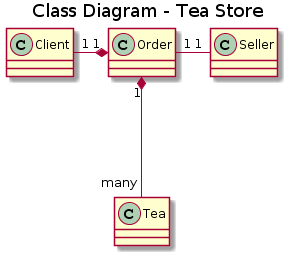
Above: uml/class-diagram-models-onlytea.png in TomazMartins/tea-store (PlantUML), before the change. Its diagram source:
```plantuml
@startuml
title Class Diagram - Tea Store


class Tea

class Order
class Client
class Seller

Order "1" *--- "many" Tea
Order "1" *---left-- "1"    Client
Order "1" --right-- "1"    Seller
@enduml
```
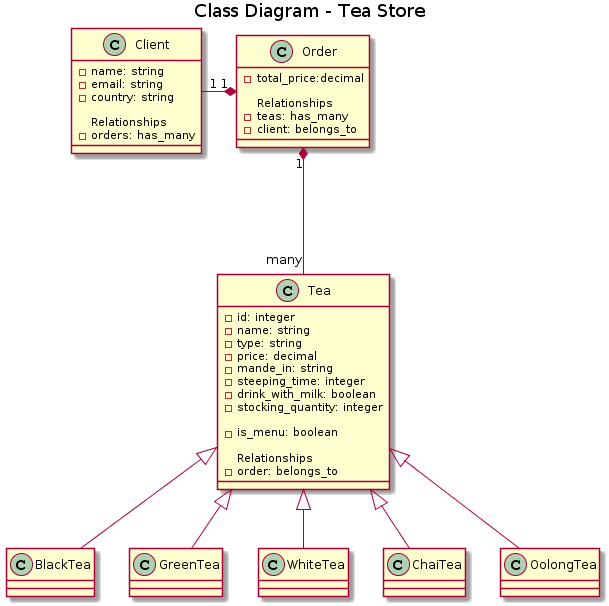
The same file after the commit.

Diff of the diagram source:
```diff
@@ -1,14 +1,52 @@
 @startuml
 title Class Diagram - Tea Store
 
+class BlackTea
+class GreenTea
+class WhiteTea
+class ChaiTea
+class OolongTea
 
-class Tea
 
-class Order
-class Client
-class Seller
+class Tea {
+- id: integer
+- name: string
+- type: string
+- price: decimal
+- mande_in: string
+- steeping_time: integer
+- drink_with_milk: boolean
+-stocking_quantity: integer
+
+- is_menu: boolean
+
+  ..Relationships..
+- order: belongs_to
+}
+
+class Order {
+- total_price:decimal
+
+  ..Relationships ..
+- teas: has_many
+- client: belongs_to
+}
+
+class Client {
+- name: string
+- email: string
+- country: string
+
+  ..Relationships ..
+- orders: has_many
+}
+
+BlackTea -up-|> Tea
+GreenTea -up-|> Tea
+WhiteTea -up-|> Tea
+ChaiTea -up-|> Tea
+OolongTea -up-|> Tea
 
 Order "1" *--- "many" Tea
 Order "1" *---left-- "1"    Client
-Order "1" --right-- "1"    Seller
 @enduml
```
